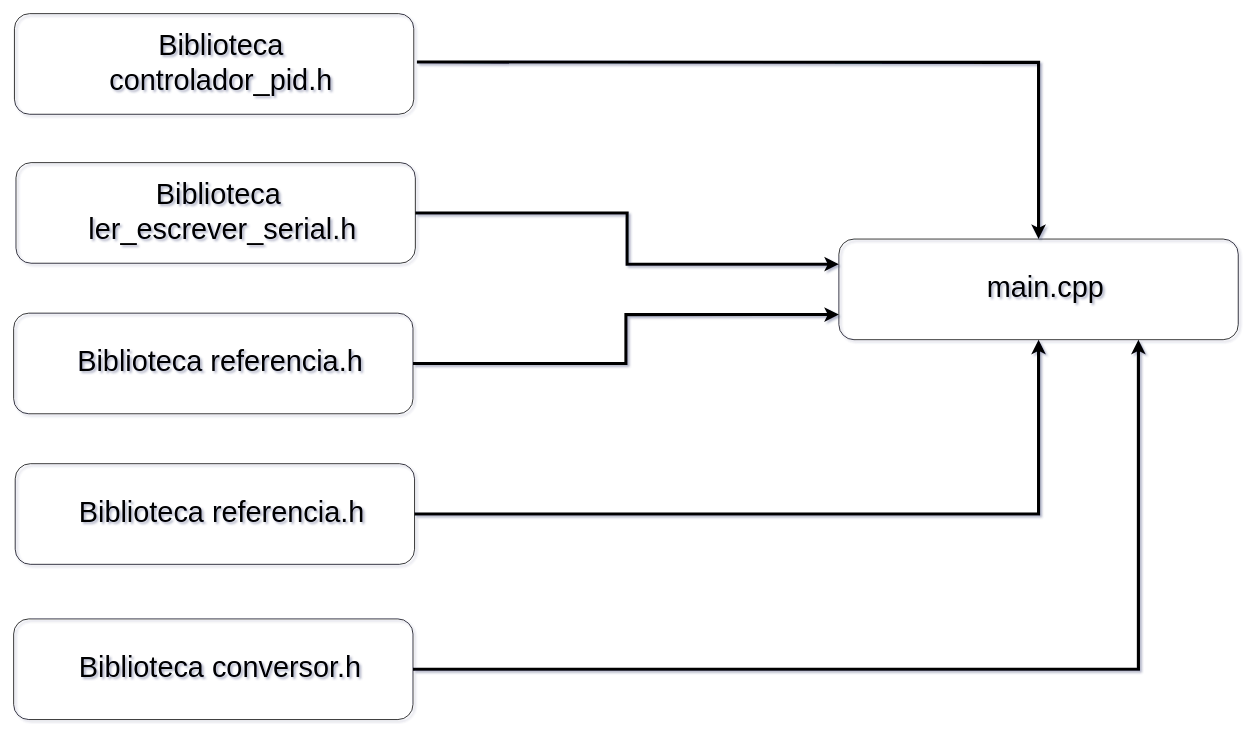
Oseiasdfarias/Projeto_Tcc_Oseias_Oficial keeps this draw.io diagram as Prototipagem_do_Braco_de_Helicoptero/draws/arquitetura_firmware.drawio. Above is the earlier version. Source tidied: cells renumbered, new cells numbered last; positions are measured from the earlier drawing's top-left corner, leaving out a move shared by most shapes. Both pictures are drawn from the tidied source at 78%, with x=0, y=0 at pixel (13, 13).
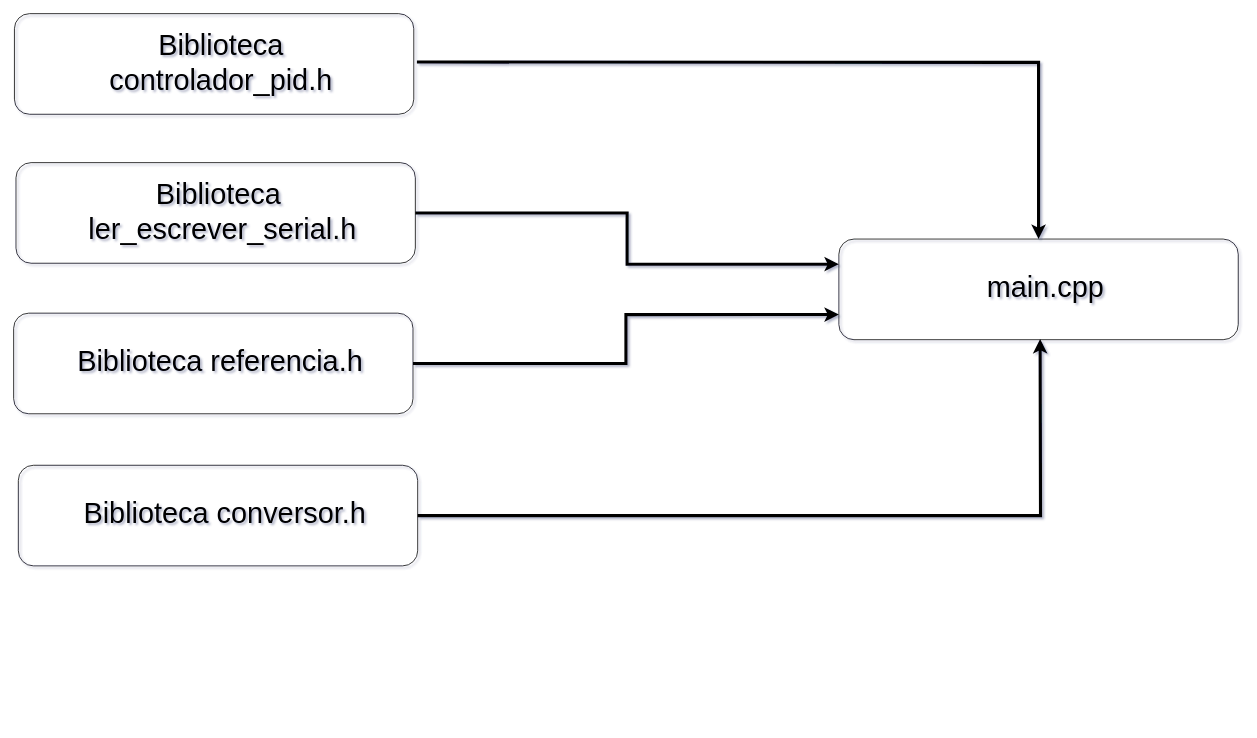
The same diagram, later.

What changed in the source:
```diff
@@
 <mxGraphModel shadow="1">
   <root>
     <mxCell id="0" />
     <mxCell id="1" parent="0" />
     <mxCell id="2" style="rounded=1;whiteSpace=wrap;html=1;fillColor=none;" parent="1" vertex="1">
       <mxGeometry x="1" width="512" height="129" as="geometry" />
     </mxCell>
     <mxCell id="3" style="edgeStyle=orthogonalEdgeStyle;rounded=0;jettySize=auto;html=1;strokeWidth=4;" parent="1" edge="1" target="8">
       <mxGeometry relative="1" as="geometry">
         <mxPoint x="517" y="62" as="sourcePoint" />
       </mxGeometry>
     </mxCell>
     <mxCell id="4" value="Biblioteca&lt;br&gt;controlador_pid.h" style="text;html=1;strokeColor=none;fillColor=none;align=center;verticalAlign=middle;whiteSpace=wrap;rounded=0;fontSize=37;" parent="1" vertex="1">
       <mxGeometry x="37" y="23" width="458" height="79" as="geometry" />
     </mxCell>
     <mxCell id="5" style="edgeStyle=orthogonalEdgeStyle;rounded=0;jettySize=auto;html=1;entryX=0;entryY=0.25;entryDx=0;entryDy=0;strokeWidth=4;" parent="1" edge="1" source="6" target="8">
       <mxGeometry relative="1" as="geometry" />
     </mxCell>
     <mxCell id="6" style="rounded=1;whiteSpace=wrap;html=1;fillColor=none;" parent="1" vertex="1">
       <mxGeometry x="3" y="191" width="512" height="129" as="geometry" />
     </mxCell>
     <mxCell id="7" value="Biblioteca&amp;nbsp;&lt;br&gt;ler_escrever_serial.h" style="text;html=1;strokeColor=none;fillColor=none;align=center;verticalAlign=middle;whiteSpace=wrap;rounded=0;fontSize=37;" parent="1" vertex="1">
       <mxGeometry x="39" y="214" width="458" height="79" as="geometry" />
     </mxCell>
     <mxCell id="8" style="rounded=1;whiteSpace=wrap;html=1;fillColor=none;" parent="1" vertex="1">
       <mxGeometry x="1058" y="289" width="512" height="129" as="geometry" />
     </mxCell>
     <mxCell id="9" value="main.cpp" style="text;html=1;strokeColor=none;fillColor=none;align=center;verticalAlign=middle;whiteSpace=wrap;rounded=0;fontSize=37;" parent="1" vertex="1">
       <mxGeometry x="1094" y="312" width="458" height="79" as="geometry" />
     </mxCell>
     <mxCell id="10" style="edgeStyle=orthogonalEdgeStyle;rounded=0;jettySize=auto;html=1;entryX=0;entryY=0.75;entryDx=0;entryDy=0;strokeWidth=4;" parent="1" edge="1" source="11" target="8">
       <mxGeometry relative="1" as="geometry" />
     </mxCell>
     <mxCell id="11" style="rounded=1;whiteSpace=wrap;html=1;fillColor=none;" parent="1" vertex="1">
       <mxGeometry y="384" width="512" height="129" as="geometry" />
     </mxCell>
     <mxCell id="12" value="Biblioteca&amp;nbsp;referencia.h" style="text;html=1;strokeColor=none;fillColor=none;align=center;verticalAlign=middle;whiteSpace=wrap;rounded=0;fontSize=37;" parent="1" vertex="1">
       <mxGeometry x="36" y="407" width="458" height="79" as="geometry" />
     </mxCell>
-    <mxCell id="13" style="edgeStyle=orthogonalEdgeStyle;rounded=0;jettySize=auto;html=1;entryX=0.5;entryY=1;entryDx=0;entryDy=0;strokeWidth=4;" parent="1" edge="1" source="14" target="8">
-      <mxGeometry relative="1" as="geometry" />
-    </mxCell>
-    <mxCell id="14" style="rounded=1;whiteSpace=wrap;html=1;fillColor=none;" parent="1" vertex="1">
-      <mxGeometry x="2" y="577" width="512" height="129" as="geometry" />
-    </mxCell>
-    <mxCell id="15" value="Biblioteca&amp;nbsp;referencia.h" style="text;html=1;strokeColor=none;fillColor=none;align=center;verticalAlign=middle;whiteSpace=wrap;rounded=0;fontSize=37;" parent="1" vertex="1">
-      <mxGeometry x="38" y="600" width="458" height="79" as="geometry" />
-    </mxCell>
-    <mxCell id="16" style="edgeStyle=orthogonalEdgeStyle;rounded=0;jettySize=auto;html=1;entryX=0.75;entryY=1;entryDx=0;entryDy=0;strokeWidth=4;" parent="1" edge="1" source="17" target="8">
-      <mxGeometry relative="1" as="geometry" />
+    <mxCell id="16" style="edgeStyle=orthogonalEdgeStyle;rounded=0;jettySize=auto;html=1;entryX=0.75;entryY=1;entryDx=0;entryDy=0;strokeWidth=4;exitX=1;exitY=0.5;exitDx=0;exitDy=0;" parent="1" edge="1" source="17">
+      <mxGeometry relative="1" as="geometry">
+        <mxPoint x="1316" y="417" as="targetPoint" />
+      </mxGeometry>
     </mxCell>
     <mxCell id="17" style="rounded=1;whiteSpace=wrap;html=1;fillColor=none;" parent="1" vertex="1">
-      <mxGeometry y="776" width="512" height="129" as="geometry" />
+      <mxGeometry x="6" y="579" width="512" height="129" as="geometry" />
     </mxCell>
     <mxCell id="18" value="Biblioteca&amp;nbsp;conversor&lt;span style=&quot;background-color: initial;&quot;&gt;.h&lt;/span&gt;" style="text;html=1;strokeColor=none;fillColor=none;align=center;verticalAlign=middle;whiteSpace=wrap;rounded=0;fontSize=37;" parent="1" vertex="1">
-      <mxGeometry x="36" y="799" width="458" height="79" as="geometry" />
+      <mxGeometry x="42" y="602" width="458" height="79" as="geometry" />
     </mxCell>
   </root>
 </mxGraphModel>
```
